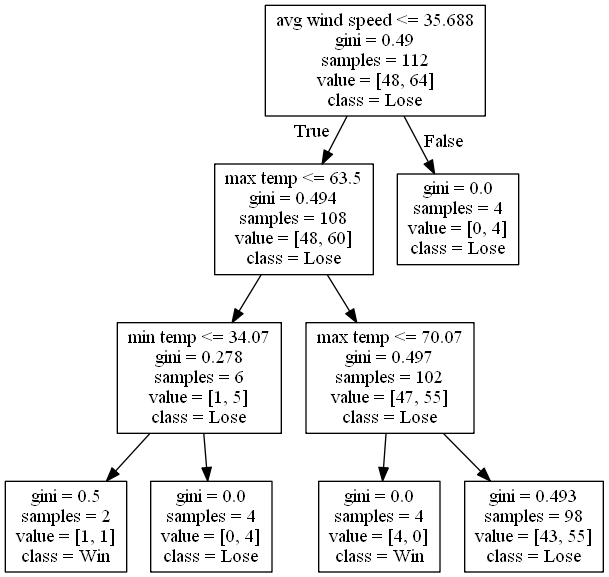
Earlier version of the Graphviz export DecisionTrees/decision_tree_no_score_or_attendance_test_601.png (alexana-steck/CSE482Project). Its source is kept beside it as DecisionTrees/decision_tree_no_score_or_attendance_test_601.dot. Its diagram source:
```dot
digraph Tree {
node [shape=box] ;
0 [label="avg wind speed <= 35.688\ngini = 0.49\nsamples = 112\nvalue = [48, 64]\nclass = Lose"] ;
1 [label="max temp <= 63.5\ngini = 0.494\nsamples = 108\nvalue = [48, 60]\nclass = Lose"] ;
0 -> 1 [labeldistance=2.5, labelangle=45, headlabel="True"] ;
2 [label="min temp <= 34.07\ngini = 0.278\nsamples = 6\nvalue = [1, 5]\nclass = Lose"] ;
1 -> 2 ;
3 [label="gini = 0.5\nsamples = 2\nvalue = [1, 1]\nclass = Win"] ;
2 -> 3 ;
4 [label="gini = 0.0\nsamples = 4\nvalue = [0, 4]\nclass = Lose"] ;
2 -> 4 ;
5 [label="max temp <= 70.07\ngini = 0.497\nsamples = 102\nvalue = [47, 55]\nclass = Lose"] ;
1 -> 5 ;
6 [label="gini = 0.0\nsamples = 4\nvalue = [4, 0]\nclass = Win"] ;
5 -> 6 ;
7 [label="gini = 0.493\nsamples = 98\nvalue = [43, 55]\nclass = Lose"] ;
5 -> 7 ;
8 [label="gini = 0.0\nsamples = 4\nvalue = [0, 4]\nclass = Lose"] ;
0 -> 8 [labeldistance=2.5, labelangle=-45, headlabel="False"] ;
}
```
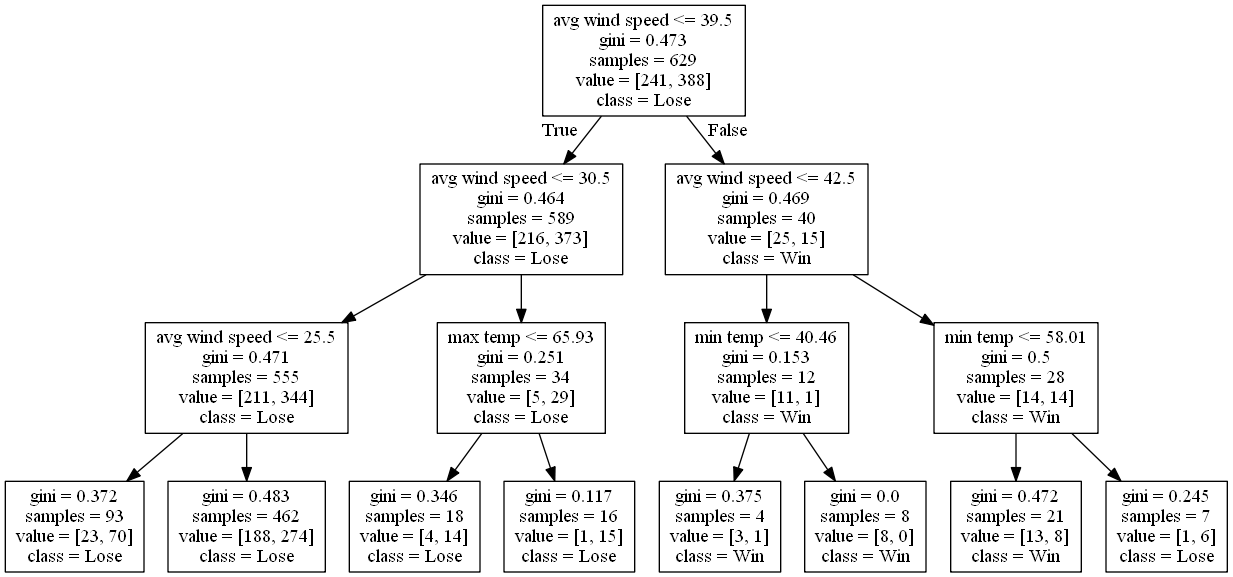
After the change.

Change to the diagram source:
```diff
@@ -1,20 +1,32 @@
 digraph Tree {
 node [shape=box] ;
-0 [label="avg wind speed <= 35.688\ngini = 0.49\nsamples = 112\nvalue = [48, 64]\nclass = Lose"] ;
-1 [label="max temp <= 63.5\ngini = 0.494\nsamples = 108\nvalue = [48, 60]\nclass = Lose"] ;
+0 [label="avg wind speed <= 39.5\ngini = 0.473\nsamples = 629\nvalue = [241, 388]\nclass = Lose"] ;
+1 [label="avg wind speed <= 30.5\ngini = 0.464\nsamples = 589\nvalue = [216, 373]\nclass = Lose"] ;
 0 -> 1 [labeldistance=2.5, labelangle=45, headlabel="True"] ;
-2 [label="min temp <= 34.07\ngini = 0.278\nsamples = 6\nvalue = [1, 5]\nclass = Lose"] ;
+2 [label="avg wind speed <= 25.5\ngini = 0.471\nsamples = 555\nvalue = [211, 344]\nclass = Lose"] ;
 1 -> 2 ;
-3 [label="gini = 0.5\nsamples = 2\nvalue = [1, 1]\nclass = Win"] ;
+3 [label="gini = 0.372\nsamples = 93\nvalue = [23, 70]\nclass = Lose"] ;
 2 -> 3 ;
-4 [label="gini = 0.0\nsamples = 4\nvalue = [0, 4]\nclass = Lose"] ;
+4 [label="gini = 0.483\nsamples = 462\nvalue = [188, 274]\nclass = Lose"] ;
 2 -> 4 ;
-5 [label="max temp <= 70.07\ngini = 0.497\nsamples = 102\nvalue = [47, 55]\nclass = Lose"] ;
+5 [label="max temp <= 65.93\ngini = 0.251\nsamples = 34\nvalue = [5, 29]\nclass = Lose"] ;
 1 -> 5 ;
-6 [label="gini = 0.0\nsamples = 4\nvalue = [4, 0]\nclass = Win"] ;
+6 [label="gini = 0.346\nsamples = 18\nvalue = [4, 14]\nclass = Lose"] ;
 5 -> 6 ;
-7 [label="gini = 0.493\nsamples = 98\nvalue = [43, 55]\nclass = Lose"] ;
+7 [label="gini = 0.117\nsamples = 16\nvalue = [1, 15]\nclass = Lose"] ;
 5 -> 7 ;
-8 [label="gini = 0.0\nsamples = 4\nvalue = [0, 4]\nclass = Lose"] ;
+8 [label="avg wind speed <= 42.5\ngini = 0.469\nsamples = 40\nvalue = [25, 15]\nclass = Win"] ;
 0 -> 8 [labeldistance=2.5, labelangle=-45, headlabel="False"] ;
+9 [label="min temp <= 40.46\ngini = 0.153\nsamples = 12\nvalue = [11, 1]\nclass = Win"] ;
+8 -> 9 ;
+10 [label="gini = 0.375\nsamples = 4\nvalue = [3, 1]\nclass = Win"] ;
+9 -> 10 ;
+11 [label="gini = 0.0\nsamples = 8\nvalue = [8, 0]\nclass = Win"] ;
+9 -> 11 ;
+12 [label="min temp <= 58.01\ngini = 0.5\nsamples = 28\nvalue = [14, 14]\nclass = Win"] ;
+8 -> 12 ;
+13 [label="gini = 0.472\nsamples = 21\nvalue = [13, 8]\nclass = Win"] ;
+12 -> 13 ;
+14 [label="gini = 0.245\nsamples = 7\nvalue = [1, 6]\nclass = Lose"] ;
+12 -> 14 ;
 }
```
